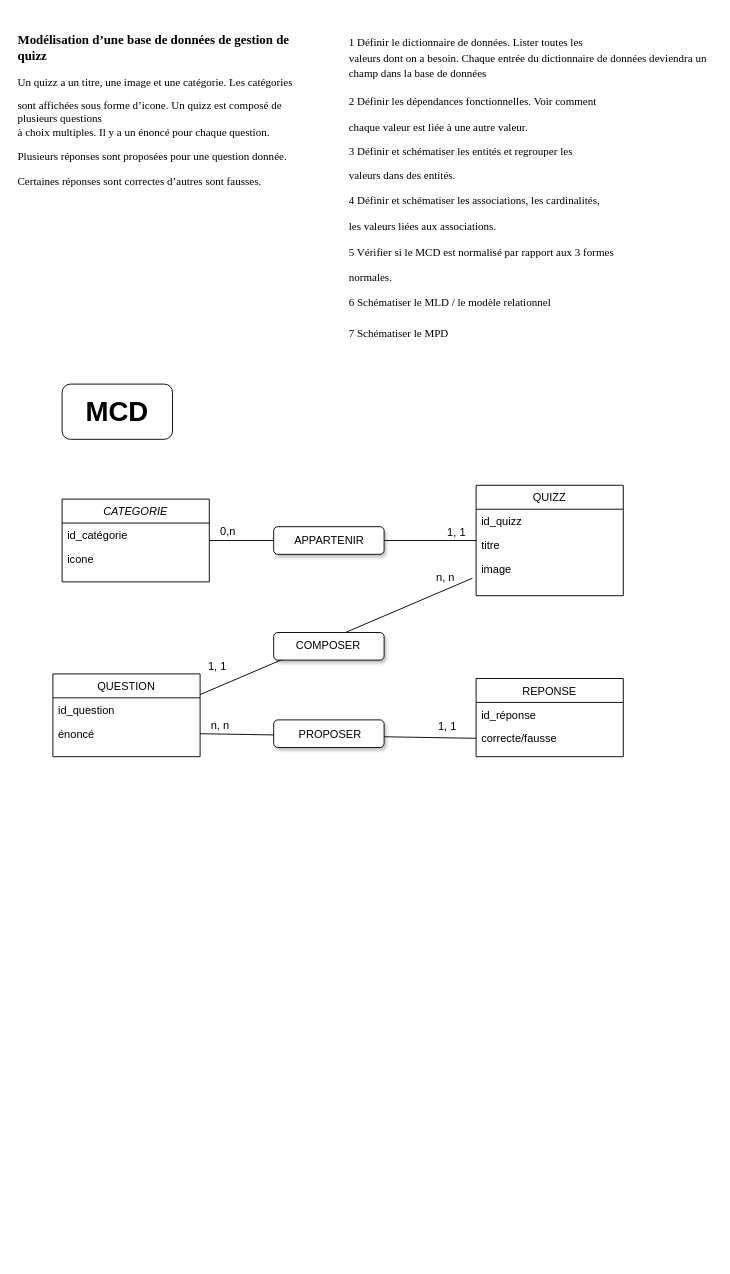
SabrinaMouginot/Merise keeps this draw.io diagram as page "MCD" (1 of 3) of MCD.drawio. Above is the earlier version. Source tidied: cells renumbered, new cells numbered last; positions are measured from the earlier drawing's top-left corner, leaving out a move shared by most shapes. Both pictures are drawn from the tidied source at 92%, with x=0, y=0 at pixel (16, 16).
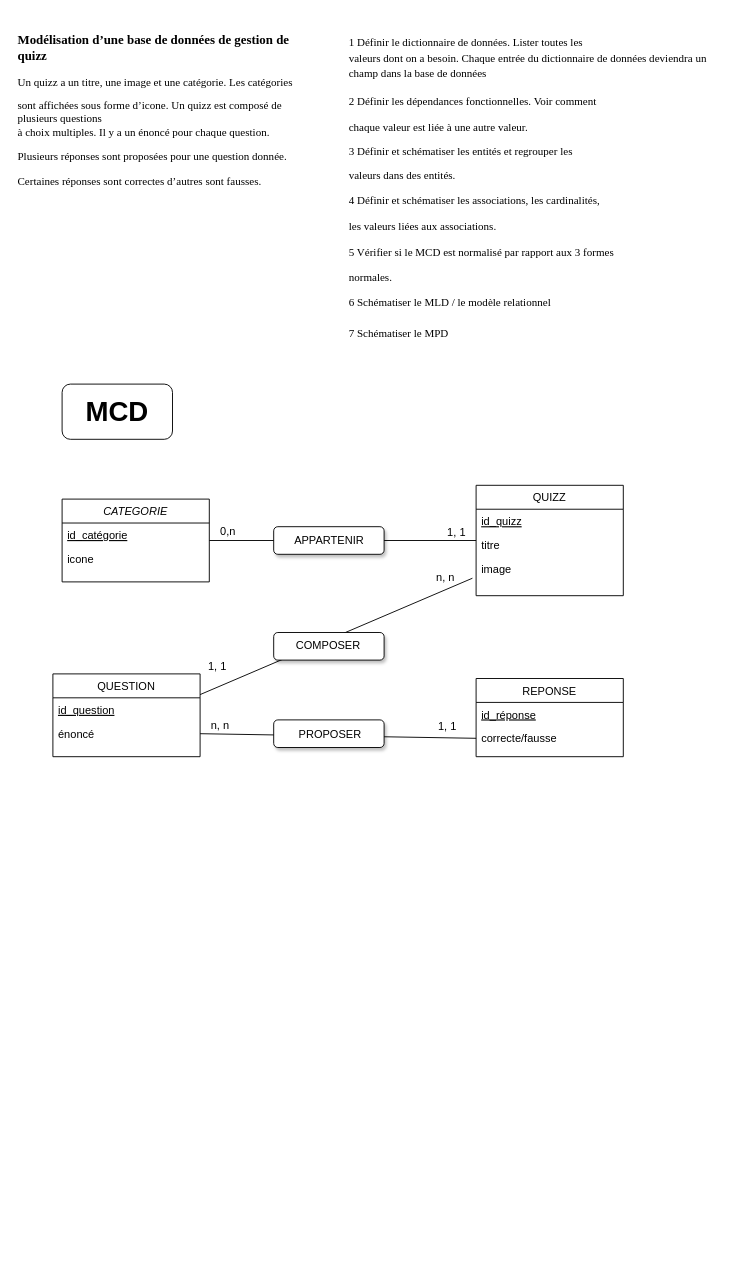
The same diagram, later.

Unchanged cells that the change refers to:
```xml
<mxCell id="5" value="CATEGORIE" style="swimlane;fontStyle=2;align=center;verticalAlign=top;horizontal=1;startSize=26;rounded=0;shadow=0;strokeWidth=1;" parent="1" vertex="1">
  <mxGeometry x="50" y="525" width="160" height="90" as="geometry" />
</mxCell>
<mxCell id="8" value="QUESTION" style="swimlane;fontStyle=0;align=center;verticalAlign=top;horizontal=1;startSize=26;rounded=0;shadow=0;strokeWidth=1;" parent="1" vertex="1">
  <mxGeometry x="40" y="715" width="160" height="90" as="geometry" />
</mxCell>
<mxCell id="11" value="REPONSE" style="swimlane;fontStyle=0;align=center;verticalAlign=top;horizontal=1;startSize=26;rounded=0;shadow=0;strokeWidth=1;" parent="1" vertex="1">
  <mxGeometry x="500" y="720" width="160" height="85" as="geometry" />
</mxCell>
<mxCell id="14" value="QUIZZ" style="swimlane;fontStyle=0;align=center;verticalAlign=top;horizontal=1;startSize=26;rounded=0;shadow=0;strokeWidth=1;" parent="1" vertex="1">
  <mxGeometry x="500" y="510" width="160" height="120" as="geometry" />
</mxCell>
```

The edit, as a diff of the source:
```diff
@@
-    <mxCell id="6" value="id_catégorie" style="text;align=left;verticalAlign=top;spacingLeft=4;spacingRight=4;overflow=hidden;" parent="5" vertex="1">
+    <mxCell id="6" value="id_catégorie" style="text;align=left;verticalAlign=top;spacingLeft=4;spacingRight=4;overflow=hidden;fontStyle=4;" parent="5" vertex="1">
       <mxGeometry y="26" width="160" height="26" as="geometry" />
     </mxCell>
@@
-    <mxCell id="9" value="id_question" style="text;align=left;verticalAlign=top;spacingLeft=4;spacingRight=4;overflow=hidden;" parent="8" vertex="1">
+    <mxCell id="9" value="id_question" style="text;align=left;verticalAlign=top;spacingLeft=4;spacingRight=4;overflow=hidden;fontStyle=4;" parent="8" vertex="1">
       <mxGeometry y="26" width="160" height="26" as="geometry" />
     </mxCell>
@@
-    <mxCell id="12" value="id_réponse" style="text;align=left;verticalAlign=top;spacingLeft=4;spacingRight=4;overflow=hidden;" parent="11" vertex="1">
+    <mxCell id="12" value="id_réponse" style="text;align=left;verticalAlign=top;spacingLeft=4;spacingRight=4;overflow=hidden;fontStyle=4;" parent="11" vertex="1">
       <mxGeometry y="26" width="160" height="26" as="geometry" />
     </mxCell>
@@
-    <mxCell id="15" value="id_quizz" style="text;align=left;verticalAlign=top;spacingLeft=4;spacingRight=4;overflow=hidden;" parent="14" vertex="1">
+    <mxCell id="15" value="id_quizz" style="text;align=left;verticalAlign=top;spacingLeft=4;spacingRight=4;overflow=hidden;fontStyle=4;" parent="14" vertex="1">
       <mxGeometry y="26" width="160" height="26" as="geometry" />
     </mxCell>
```
